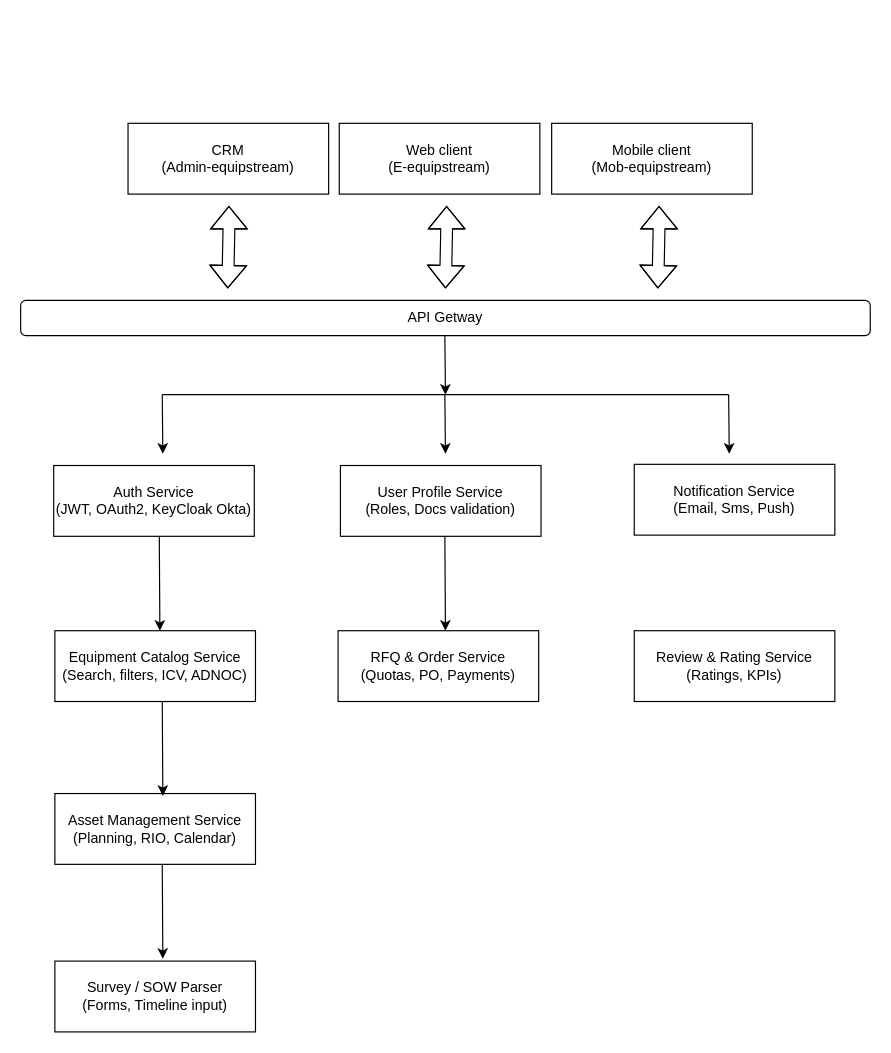
coulzgit/poc-croquis keeps this draw.io diagram as page "EquipStream-croquis" (2 of 2) of Diagramme sans nom.drawio. Above is the earlier version. Source tidied: cells renumbered, new cells numbered last; positions are measured from the earlier drawing's top-left corner, leaving out a move shared by most shapes. Both pictures are drawn from the tidied source at 118%, with x=0, y=0 at pixel (20, 123).
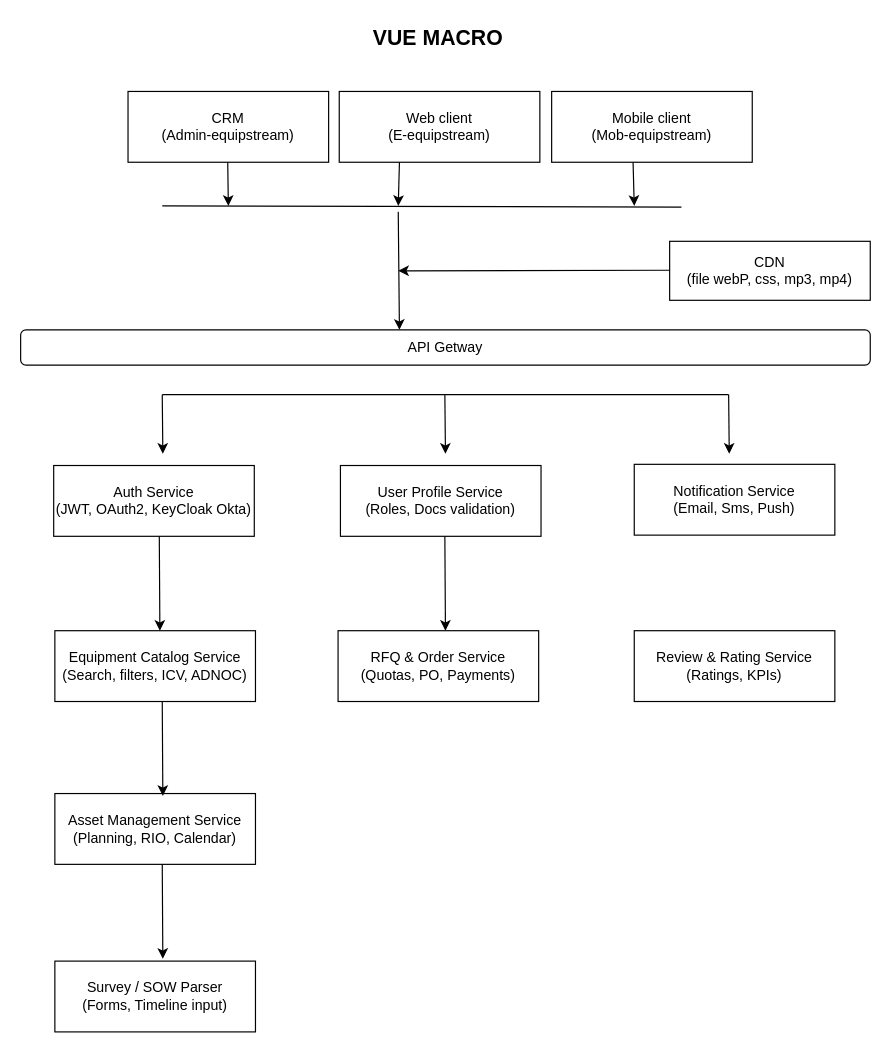
The same diagram, later.

What changed in the source:
```diff
@@
     <mxCell id="2" value="CRM&lt;br&gt;(Admin-equipstream)" style="rounded=0;whiteSpace=wrap;html=1;" parent="1" vertex="1">
-      <mxGeometry x="91" width="170" height="60" as="geometry" />
+      <mxGeometry x="91" y="-27" width="170" height="60" as="geometry" />
     </mxCell>
     <mxCell id="3" value="API Getway" style="rounded=1;whiteSpace=wrap;html=1;" parent="1" vertex="1">
-      <mxGeometry y="150" width="720" height="30" as="geometry" />
+      <mxGeometry y="175" width="720" height="30" as="geometry" />
     </mxCell>
     <mxCell id="4" value="Web client&lt;br&gt;(E-equipstream)" style="rounded=0;whiteSpace=wrap;html=1;" parent="1" vertex="1">
-      <mxGeometry x="270" width="170" height="60" as="geometry" />
+      <mxGeometry x="270" y="-27" width="170" height="60" as="geometry" />
     </mxCell>
     <mxCell id="5" value="Mobile client&lt;br&gt;(Mob-equipstream)" style="rounded=0;whiteSpace=wrap;html=1;" parent="1" vertex="1">
-      <mxGeometry x="450" width="170" height="60" as="geometry" />
+      <mxGeometry x="450" y="-27" width="170" height="60" as="geometry" />
     </mxCell>
-    <mxCell id="6" style="shape=flexArrow;endArrow=classic;startArrow=classic;html=1;rounded=0;" parent="1" edge="1">
-      <mxGeometry relative="1" as="geometry">
-        <mxPoint x="360" y="140" as="sourcePoint" />
-        <mxPoint x="361" y="70" as="targetPoint" />
-        <Array as="points">
-          <mxPoint x="361" y="90" />
-        </Array>
-      </mxGeometry>
-    </mxCell>
-    <mxCell id="7" style="shape=flexArrow;endArrow=classic;startArrow=classic;html=1;rounded=0;" parent="1" edge="1">
-      <mxGeometry relative="1" as="geometry">
-        <mxPoint x="540" y="140" as="sourcePoint" />
-        <mxPoint x="541" y="70" as="targetPoint" />
-        <Array as="points">
-          <mxPoint x="541" y="90" />
-        </Array>
-      </mxGeometry>
-    </mxCell>
-    <mxCell id="8" style="shape=flexArrow;endArrow=classic;startArrow=classic;html=1;rounded=0;" parent="1" edge="1">
-      <mxGeometry relative="1" as="geometry">
-        <mxPoint x="175.5" y="140" as="sourcePoint" />
-        <mxPoint x="176.5" y="70" as="targetPoint" />
-        <Array as="points">
-          <mxPoint x="176.5" y="90" />
-        </Array>
-      </mxGeometry>
-    </mxCell>
@@
-    <mxCell id="18" style="endArrow=classic;html=1;rounded=0;" parent="1" edge="1">
-      <mxGeometry relative="1" as="geometry">
-        <mxPoint x="359.5" y="180" as="sourcePoint" />
-        <mxPoint x="360" y="230" as="targetPoint" />
-      </mxGeometry>
-    </mxCell>
@@
+    <mxCell id="26" value="&lt;font style=&quot;font-size: 18px;&quot;&gt;&lt;b&gt;&lt;font&gt;VUE MACRO&lt;/font&gt;&lt;/b&gt;&lt;/font&gt;" style="text;html=1;align=center;verticalAlign=middle;whiteSpace=wrap;rounded=0;" parent="1" vertex="1">
+      <mxGeometry x="274" y="-87" width="160" height="30" as="geometry" />
+    </mxCell>
+    <mxCell id="27" value="&lt;div&gt;CDN&lt;/div&gt;&lt;div&gt;(file webP, css, mp3, mp4)&lt;/div&gt;" style="rounded=0;whiteSpace=wrap;html=1;" parent="1" vertex="1">
+      <mxGeometry x="550" y="100" width="170" height="50" as="geometry" />
+    </mxCell>
+    <mxCell id="28" style="endArrow=none;html=1;rounded=0;" parent="1" edge="1">
+      <mxGeometry relative="1" as="geometry">
+        <mxPoint x="120" y="70" as="sourcePoint" />
+        <mxPoint x="560" y="71" as="targetPoint" />
+      </mxGeometry>
+    </mxCell>
+    <mxCell id="29" style="endArrow=classic;html=1;rounded=0;" parent="1" edge="1">
+      <mxGeometry relative="1" as="geometry">
+        <mxPoint x="321" y="33" as="sourcePoint" />
+        <mxPoint x="320" y="70" as="targetPoint" />
+      </mxGeometry>
+    </mxCell>
+    <mxCell id="30" style="endArrow=classic;html=1;rounded=0;" parent="1" edge="1">
+      <mxGeometry relative="1" as="geometry">
+        <mxPoint x="175.5" y="33" as="sourcePoint" />
+        <mxPoint x="176" y="70" as="targetPoint" />
+      </mxGeometry>
+    </mxCell>
+    <mxCell id="31" style="endArrow=classic;html=1;rounded=0;" parent="1" edge="1">
+      <mxGeometry relative="1" as="geometry">
+        <mxPoint x="519" y="33" as="sourcePoint" />
+        <mxPoint x="520" y="70" as="targetPoint" />
+      </mxGeometry>
+    </mxCell>
+    <mxCell id="32" style="endArrow=classic;html=1;rounded=0;" parent="1" edge="1">
+      <mxGeometry relative="1" as="geometry">
+        <mxPoint x="320" y="75" as="sourcePoint" />
+        <mxPoint x="321" y="175" as="targetPoint" />
+      </mxGeometry>
+    </mxCell>
+    <mxCell id="33" style="endArrow=classic;html=1;rounded=0;" parent="1" edge="1">
+      <mxGeometry relative="1" as="geometry">
+        <mxPoint x="550" y="124.5" as="sourcePoint" />
+        <mxPoint x="320" y="125" as="targetPoint" />
+      </mxGeometry>
+    </mxCell>
```
